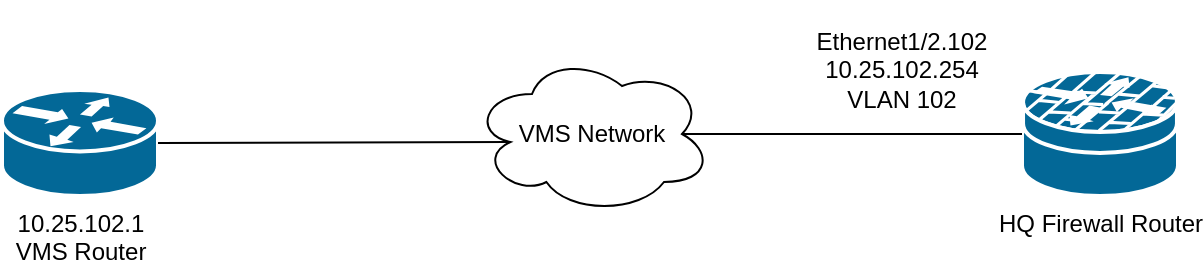
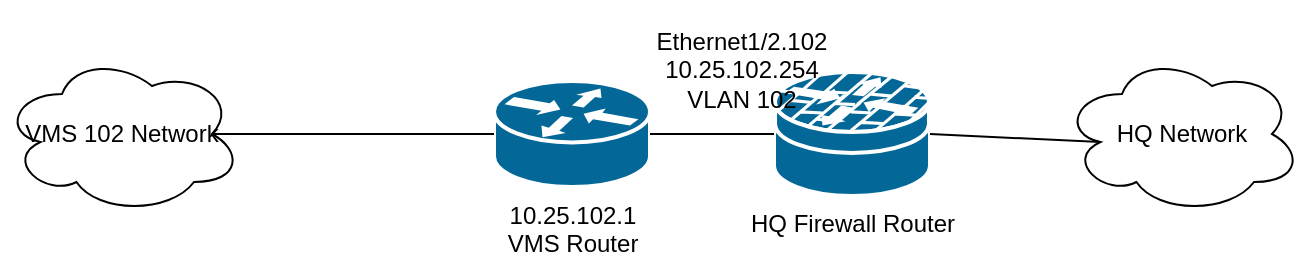
<mxfile host="app.diagrams.net">
  <diagram name="Page-1" id="4S8Gl4sf2LsPPyjwvW3X">
    <mxGraphModel dx="1400" dy="729" grid="1" gridSize="10" guides="1" tooltips="1" connect="1" arrows="1" fold="1" page="1" pageScale="1" pageWidth="850" pageHeight="1100" math="0" shadow="0">
      <root>
        <mxCell id="0" />
        <mxCell id="1" parent="0" />
        <mxCell id="08-S4UHzcj1Pybimo4jH-1" parent="1" style="strokeColor=#ffffff;sketch=0;html=1;pointerEvents=1;dashed=0;fillColor=#036897;strokeWidth=2;verticalLabelPosition=bottom;verticalAlign=top;align=center;outlineConnect=0;shape=mxgraph.cisco.routers.router;" value="10.25.102.1&lt;div&gt;VMS Router&lt;/div&gt;" vertex="1">
-           <mxGeometry height="53" width="78" x="130" y="285" as="geometry" />
+           <mxGeometry height="53" width="78" x="246" y="280.5" as="geometry" />
        </mxCell>
        <mxCell id="08-S4UHzcj1Pybimo4jH-2" parent="1" style="shape=mxgraph.cisco.security.router_firewall;sketch=0;html=1;pointerEvents=1;dashed=0;fillColor=#036897;strokeColor=#ffffff;strokeWidth=2;verticalLabelPosition=bottom;verticalAlign=top;align=center;outlineConnect=0;" value="&lt;div&gt;HQ Firewall Router&lt;/div&gt;" vertex="1">
-           <mxGeometry height="62" width="78" x="640" y="276" as="geometry" />
+           <mxGeometry height="62" width="78" x="386" y="276" as="geometry" />
        </mxCell>
-         <mxCell id="08-S4UHzcj1Pybimo4jH-3" parent="1" style="ellipse;shape=cloud;whiteSpace=wrap;html=1;" value="VMS Network" vertex="1">
-           <mxGeometry height="80" width="120" x="365" y="267" as="geometry" />
+         <mxCell id="08-S4UHzcj1Pybimo4jH-4" edge="1" parent="1" source="08-S4UHzcj1Pybimo4jH-1" style="endArrow=none;html=1;rounded=0;entryX=0;entryY=0.5;entryDx=0;entryDy=0;entryPerimeter=0;exitX=1;exitY=0.5;exitDx=0;exitDy=0;exitPerimeter=0;" target="08-S4UHzcj1Pybimo4jH-2" value="">
+           <mxGeometry height="50" relative="1" width="50" as="geometry">
+             <mxPoint x="330" y="307" as="sourcePoint" />
+             <mxPoint x="290" y="290.5" as="targetPoint" />
+           </mxGeometry>
        </mxCell>
-         <mxCell id="08-S4UHzcj1Pybimo4jH-4" edge="1" parent="1" source="08-S4UHzcj1Pybimo4jH-3" style="endArrow=none;html=1;rounded=0;entryX=0;entryY=0.5;entryDx=0;entryDy=0;entryPerimeter=0;exitX=0.875;exitY=0.5;exitDx=0;exitDy=0;exitPerimeter=0;" target="08-S4UHzcj1Pybimo4jH-2" value="">
+         <mxCell id="08-S4UHzcj1Pybimo4jH-6" parent="1" style="text;html=1;whiteSpace=wrap;strokeColor=none;fillColor=none;align=center;verticalAlign=middle;rounded=0;" value="&lt;div&gt;Ethernet1/2.102&lt;/div&gt;10.25.102.254&lt;div&gt;VLAN 102&lt;/div&gt;" vertex="1">
+           <mxGeometry height="70" width="120" x="310" y="240" as="geometry" />
+         </mxCell>
+         <mxCell id="08-S4UHzcj1Pybimo4jH-7" parent="1" style="ellipse;shape=cloud;whiteSpace=wrap;html=1;" value="VMS 102 Network" vertex="1">
+           <mxGeometry height="80" width="120" y="267" as="geometry" />
+         </mxCell>
+         <mxCell id="08-S4UHzcj1Pybimo4jH-8" edge="1" parent="1" source="08-S4UHzcj1Pybimo4jH-7" style="endArrow=none;html=1;rounded=0;entryX=0;entryY=0.5;entryDx=0;entryDy=0;entryPerimeter=0;exitX=0.875;exitY=0.5;exitDx=0;exitDy=0;exitPerimeter=0;" target="08-S4UHzcj1Pybimo4jH-1" value="">
          <mxGeometry height="50" relative="1" width="50" as="geometry">
-             <mxPoint x="430" y="458.5" as="sourcePoint" />
+             <mxPoint x="290" y="458.5" as="sourcePoint" />
+             <mxPoint x="290" y="290.5" as="targetPoint" />
+           </mxGeometry>
+         </mxCell>
+         <mxCell id="08-S4UHzcj1Pybimo4jH-9" edge="1" parent="1" source="08-S4UHzcj1Pybimo4jH-10" style="endArrow=none;html=1;rounded=0;entryX=1;entryY=0.5;entryDx=0;entryDy=0;entryPerimeter=0;exitX=0.16;exitY=0.55;exitDx=0;exitDy=0;exitPerimeter=0;" target="08-S4UHzcj1Pybimo4jH-2" value="">
+           <mxGeometry height="50" relative="1" width="50" as="geometry">
+             <mxPoint x="600" y="300" as="sourcePoint" />
            <mxPoint x="430" y="290.5" as="targetPoint" />
          </mxGeometry>
        </mxCell>
-         <mxCell id="08-S4UHzcj1Pybimo4jH-5" edge="1" parent="1" source="08-S4UHzcj1Pybimo4jH-1" style="endArrow=none;html=1;rounded=0;entryX=0.16;entryY=0.55;entryDx=0;entryDy=0;entryPerimeter=0;exitX=1;exitY=0.5;exitDx=0;exitDy=0;exitPerimeter=0;" target="08-S4UHzcj1Pybimo4jH-3" value="">
-           <mxGeometry height="50" relative="1" width="50" as="geometry">
-             <mxPoint x="430" y="458.5" as="sourcePoint" />
-             <mxPoint x="430" y="290.5" as="targetPoint" />
-           </mxGeometry>
-         </mxCell>
-         <mxCell id="08-S4UHzcj1Pybimo4jH-6" parent="1" style="text;html=1;whiteSpace=wrap;strokeColor=none;fillColor=none;align=center;verticalAlign=middle;rounded=0;" value="&lt;div&gt;Ethernet1/2.102&lt;/div&gt;10.25.102.254&lt;div&gt;VLAN 102&lt;/div&gt;" vertex="1">
-           <mxGeometry height="70" width="120" x="520" y="240" as="geometry" />
+         <mxCell id="08-S4UHzcj1Pybimo4jH-10" parent="1" style="ellipse;shape=cloud;whiteSpace=wrap;html=1;" value="HQ Network" vertex="1">
+           <mxGeometry height="80" width="120" x="530" y="267" as="geometry" />
        </mxCell>
      </root>
    </mxGraphModel>
  </diagram>
</mxfile>
